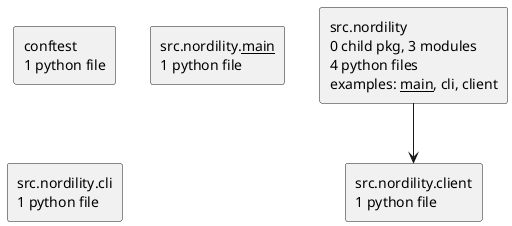
The PlantUML diagram docs/diagrams/python-packages.puml.png in casonk/nordility, before a commit.
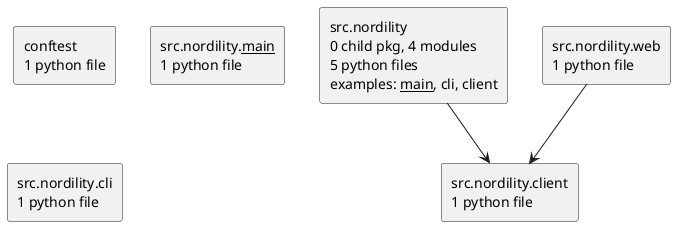
The same file after the commit.

The edit, as a diff of the source:
```diff
@@ -3,9 +3,11 @@
 top to bottom direction
 skinparam componentStyle rectangle
 rectangle "conftest\n1 python file" as conftest
-rectangle "src.nordility\n0 child pkg, 3 modules\n4 python files\nexamples: __main__, cli, client" as src.nordility
+rectangle "src.nordility\n0 child pkg, 4 modules\n5 python files\nexamples: __main__, cli, client" as src.nordility
 rectangle "src.nordility.__main__\n1 python file" as src.nordility.__main__
 rectangle "src.nordility.cli\n1 python file" as src.nordility.cli
 rectangle "src.nordility.client\n1 python file" as src.nordility.client
+rectangle "src.nordility.web\n1 python file" as src.nordility.web
 src.nordility --> src.nordility.client
+src.nordility.web --> src.nordility.client
 @enduml
```
